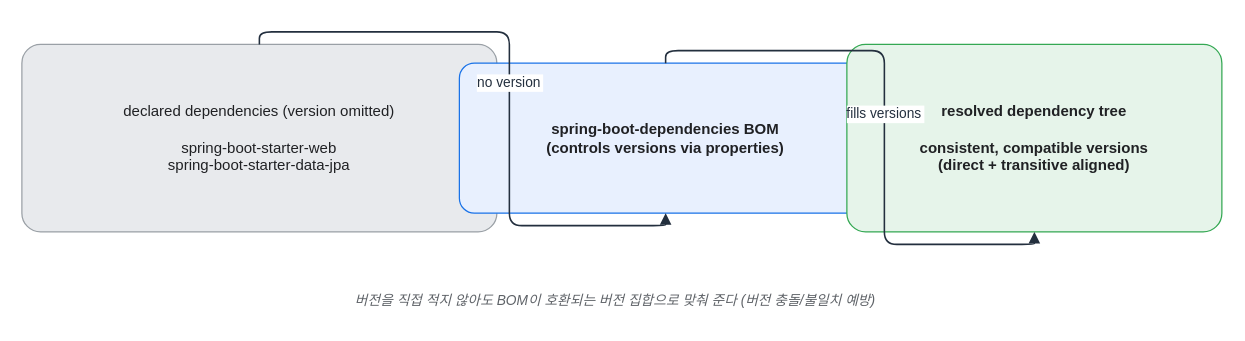
Earlier version of the draw.io diagram assets/img/spring/spring-22-dependency-bom.drawio (KKamJi98/kkamji98.github.io). Source tidied: cells renumbered, new cells numbered last; positions are measured from the earlier drawing's top-left corner, leaving out a move shared by most shapes. Both pictures are drawn from the tidied source at 125%, with x=0, y=0 at pixel (21, 44).
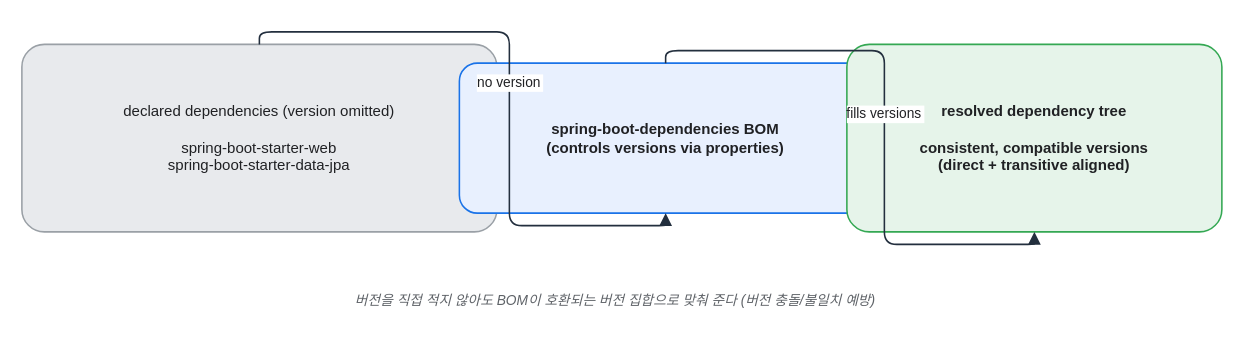
Above is the later version.

What changed in the source:
```diff
@@
 <mxGraphModel background="#FFFFFF">
   <root>
     <mxCell id="0" />
     <mxCell id="1" parent="0" />
-    <mxCell id="2" value="declared dependencies (version omitted)&#10;&#10;spring-boot-starter-web&#10;spring-boot-starter-data-jpa" style="rounded=1;whiteSpace=wrap;html=0;arcSize=10;shadow=0;fillColor=#E8EAED;strokeColor=#9AA0A6;fontColor=#202124;" parent="1" vertex="1">
+    <mxCell id="2" value="declared dependencies (version omitted)&#10;&#10;spring-boot-starter-web&#10;spring-boot-starter-data-jpa" style="rounded=1;whiteSpace=wrap;html=0;arcSize=12;shadow=0;fillColor=#E8EAED;strokeColor=#9AA0A6;fontColor=#202124;strokeWidth=1.25;" parent="1" vertex="1">
       <mxGeometry width="380" height="150" as="geometry" />
     </mxCell>
-    <mxCell id="3" value="spring-boot-dependencies BOM&#10;(controls versions via properties)" style="rounded=1;whiteSpace=wrap;html=0;arcSize=10;shadow=0;fillColor=#E8F0FE;strokeColor=#1A73E8;fontColor=#202124;fontStyle=1;" parent="1" vertex="1">
+    <mxCell id="3" value="spring-boot-dependencies BOM&#10;(controls versions via properties)" style="rounded=1;whiteSpace=wrap;html=0;arcSize=12;shadow=0;fillColor=#E8F0FE;strokeColor=#1A73E8;fontColor=#202124;fontStyle=1;strokeWidth=1.25;" parent="1" vertex="1">
       <mxGeometry x="350" y="15" width="330" height="120" as="geometry" />
     </mxCell>
-    <mxCell id="4" value="resolved dependency tree&#10;&#10;consistent, compatible versions&#10;(direct + transitive aligned)" style="rounded=1;whiteSpace=wrap;html=0;arcSize=10;shadow=0;fillColor=#E6F4EA;strokeColor=#34A853;fontColor=#202124;fontStyle=1;" parent="1" vertex="1">
+    <mxCell id="4" value="resolved dependency tree&#10;&#10;consistent, compatible versions&#10;(direct + transitive aligned)" style="rounded=1;whiteSpace=wrap;html=0;arcSize=12;shadow=0;fillColor=#E6F4EA;strokeColor=#34A853;fontColor=#202124;fontStyle=1;strokeWidth=1.25;" parent="1" vertex="1">
       <mxGeometry x="660" width="300" height="150" as="geometry" />
     </mxCell>
     <mxCell id="5" value="버전을 직접 적지 않아도 BOM이 호환되는 버전 집합으로 맞춰 준다 (버전 충돌/불일치 예방)" style="text;html=0;align=center;verticalAlign=middle;whiteSpace=wrap;fontSize=11;fontColor=#5F6368;fontStyle=2;" parent="1" vertex="1">
       <mxGeometry y="190" width="950" height="30" as="geometry" />
     </mxCell>
-    <mxCell id="6" value="no version" style="edgeStyle=orthogonalEdgeStyle;rounded=1;html=0;endArrow=block;strokeColor=#232F3E;fontColor=#232F3E;labelBackgroundColor=#FFFFFF;strokeWidth=1.25;" parent="1" edge="1" source="2" target="3">
+    <mxCell id="6" value="no version" style="edgeStyle=orthogonalEdgeStyle;rounded=1;html=0;endArrow=block;strokeColor=#232F3E;fontColor=#202124;labelBackgroundColor=#FFFFFF;strokeWidth=1.25;endSize=7;" parent="1" edge="1" source="2" target="3">
       <mxGeometry relative="1" as="geometry" />
     </mxCell>
-    <mxCell id="7" value="fills versions" style="edgeStyle=orthogonalEdgeStyle;rounded=1;html=0;endArrow=block;strokeColor=#232F3E;fontColor=#232F3E;labelBackgroundColor=#FFFFFF;strokeWidth=1.25;" parent="1" edge="1" source="3" target="4">
+    <mxCell id="7" value="fills versions" style="edgeStyle=orthogonalEdgeStyle;rounded=1;html=0;endArrow=block;strokeColor=#232F3E;fontColor=#202124;labelBackgroundColor=#FFFFFF;strokeWidth=1.25;endSize=7;" parent="1" edge="1" source="3" target="4">
       <mxGeometry relative="1" as="geometry" />
     </mxCell>
   </root>
 </mxGraphModel>
```
